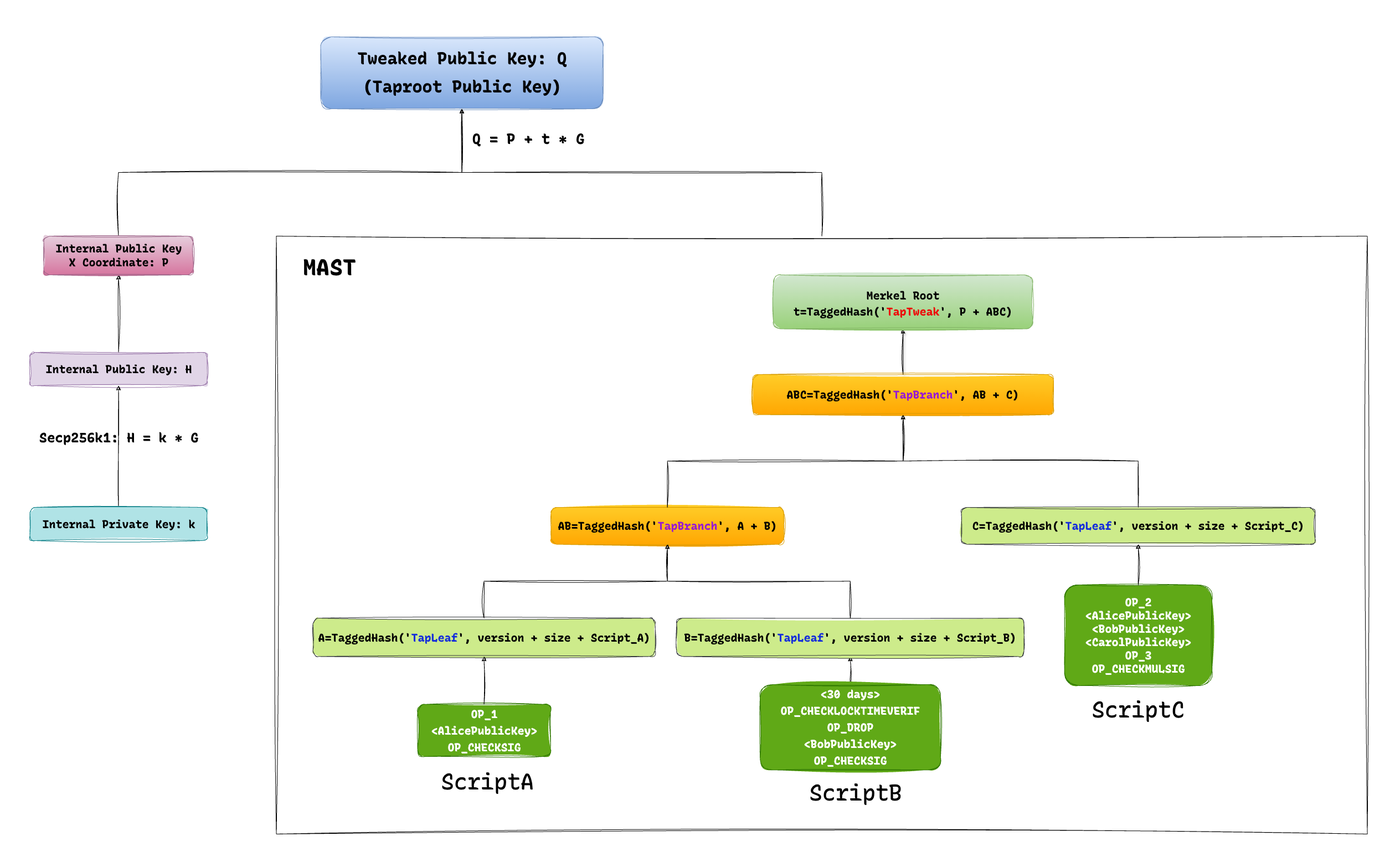
Before: public/taproot-practice.png, a diagram exported from draw.io (heapup-tech/bitcoin-ninja). Source tidied: cells renumbered, new cells last; positions are measured from the earlier drawing's top-left corner, leaving out a move shared by most shapes.
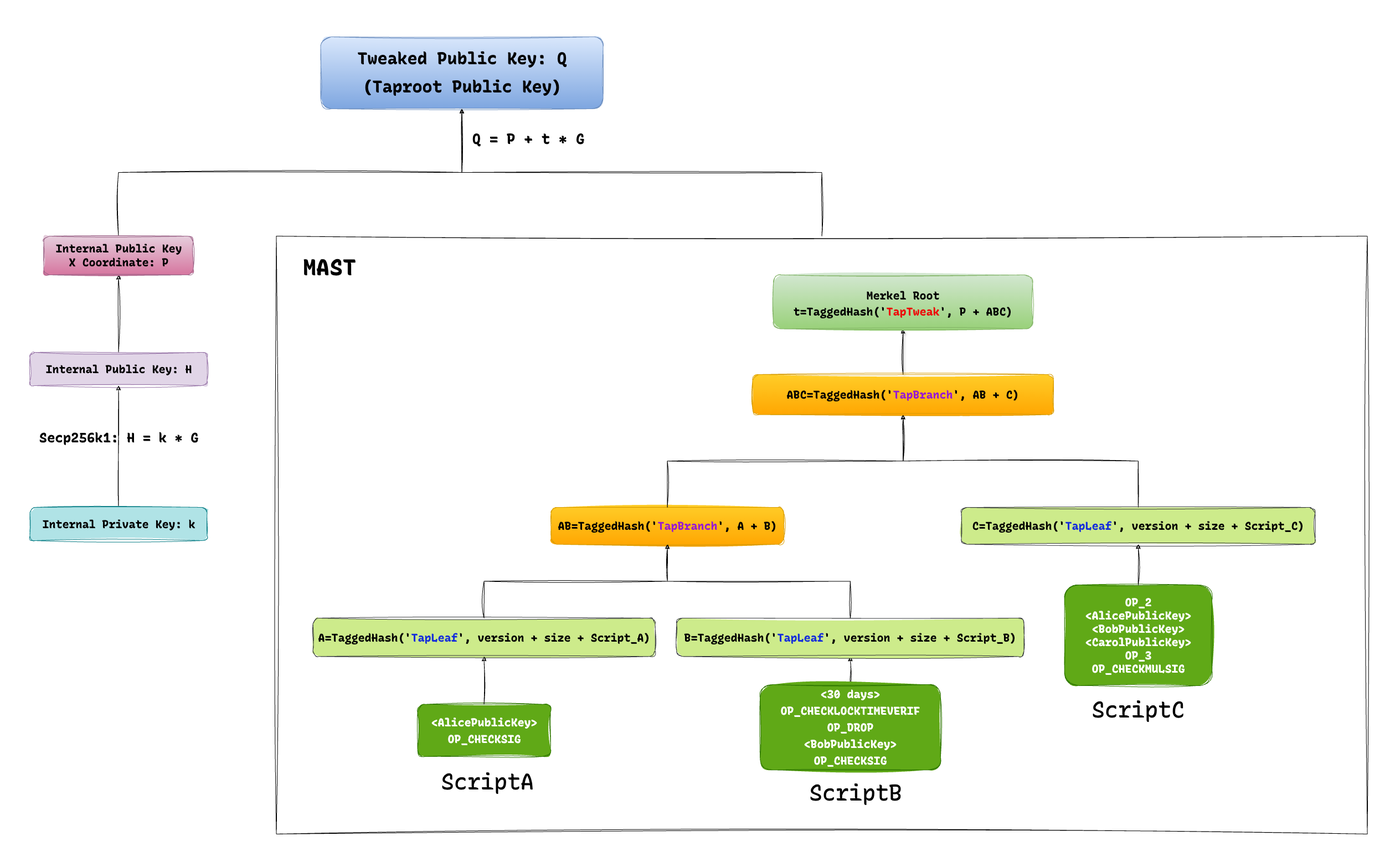
Above is the later version.

What changed in the source:
```diff
@@ -62,7 +62,7 @@
     <mxCell id="21" value="&lt;div style=&quot;line-height: 170%; font-size: 20px;&quot;&gt;&lt;font style=&quot;font-size: 20px;&quot;&gt;Merkel Root&lt;/font&gt;&lt;/div&gt;t=TaggedHash('&lt;font style=&quot;font-size: 20px;&quot; color=&quot;#ed0707&quot;&gt;TapTweak&lt;/font&gt;', P + ABC)" style="rounded=1;html=1;glass=0;fillStyle=solid;perimeterSpacing=0;fontFamily=Recursive Mono Casual Static;labelBackgroundColor=none;fontSize=20;fontStyle=1;sketch=1;curveFitting=1;jiggle=2;fillColor=#d5e8d4;strokeColor=#82b366;gradientColor=#97d077;" parent="12" vertex="1">
       <mxGeometry x="831.6" width="468.3" height="97.6" as="geometry" />
     </mxCell>
-    <mxCell id="22" value="&lt;p style=&quot;line-height: 150%;&quot;&gt;OP_1&lt;br&gt;&amp;lt;AlicePublicKey&amp;gt;&lt;br&gt;OP_CHECKSIG&lt;/p&gt;" style="rounded=1;html=1;glass=0;fillStyle=solid;perimeterSpacing=0;fontFamily=Recursive Mono Casual Static;labelBackgroundColor=none;fontSize=20;fillColor=#60a917;strokeColor=#2D7600;fontColor=#ffffff;fontStyle=1;sketch=1;curveFitting=1;jiggle=2;" parent="12" vertex="1">
+    <mxCell id="22" value="&lt;p style=&quot;line-height: 150%;&quot;&gt;&amp;lt;AlicePublicKey&amp;gt;&lt;br&gt;OP_CHECKSIG&lt;/p&gt;" style="rounded=1;html=1;glass=0;fillStyle=solid;perimeterSpacing=0;fontFamily=Recursive Mono Casual Static;labelBackgroundColor=none;fontSize=20;fillColor=#60a917;strokeColor=#2D7600;fontColor=#ffffff;fontStyle=1;sketch=1;curveFitting=1;jiggle=2;" parent="12" vertex="1">
       <mxGeometry x="189" y="775.7" width="240" height="94.3" as="geometry" />
     </mxCell>
     <mxCell id="23" style="edgeStyle=orthogonalEdgeStyle;rounded=0;jettySize=auto;html=1;exitX=0.5;exitY=0;exitDx=0;exitDy=0;entryX=0.5;entryY=1;entryDx=0;entryDy=0;fontFamily=Recursive Mono Casual Static;fontSize=20;fontColor=default;labelBackgroundColor=none;fontStyle=1;sketch=1;curveFitting=1;jiggle=2;" parent="12" edge="1" source="22" target="15">
```
